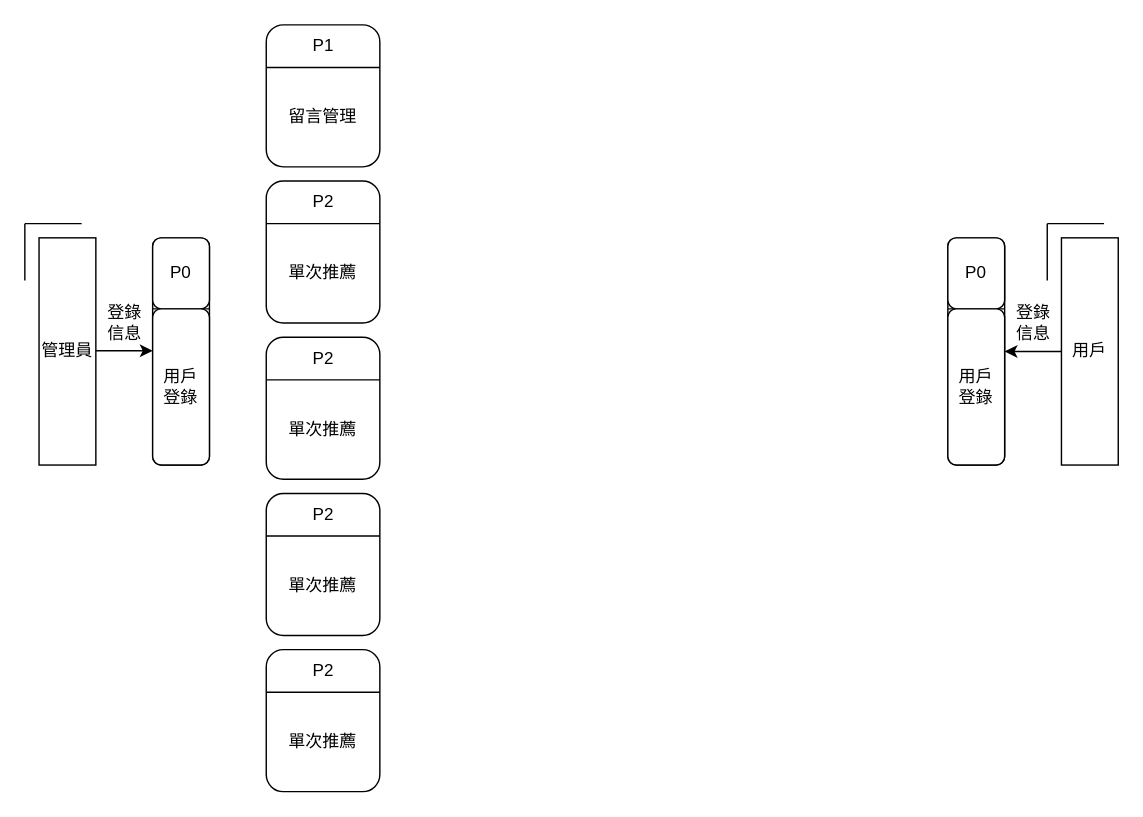
Roseller37/UML-diagram2 keeps this draw.io diagram as drawio/系統資料流程圖/圖3-3 底層資料流程圖.drawio. Above is the earlier version. Source tidied: cells renumbered, new cells numbered last; positions are measured from the earlier drawing's top-left corner, leaving out a move shared by most shapes. Both pictures are drawn from the tidied source at 142%, with x=0, y=0 at pixel (24, 24).
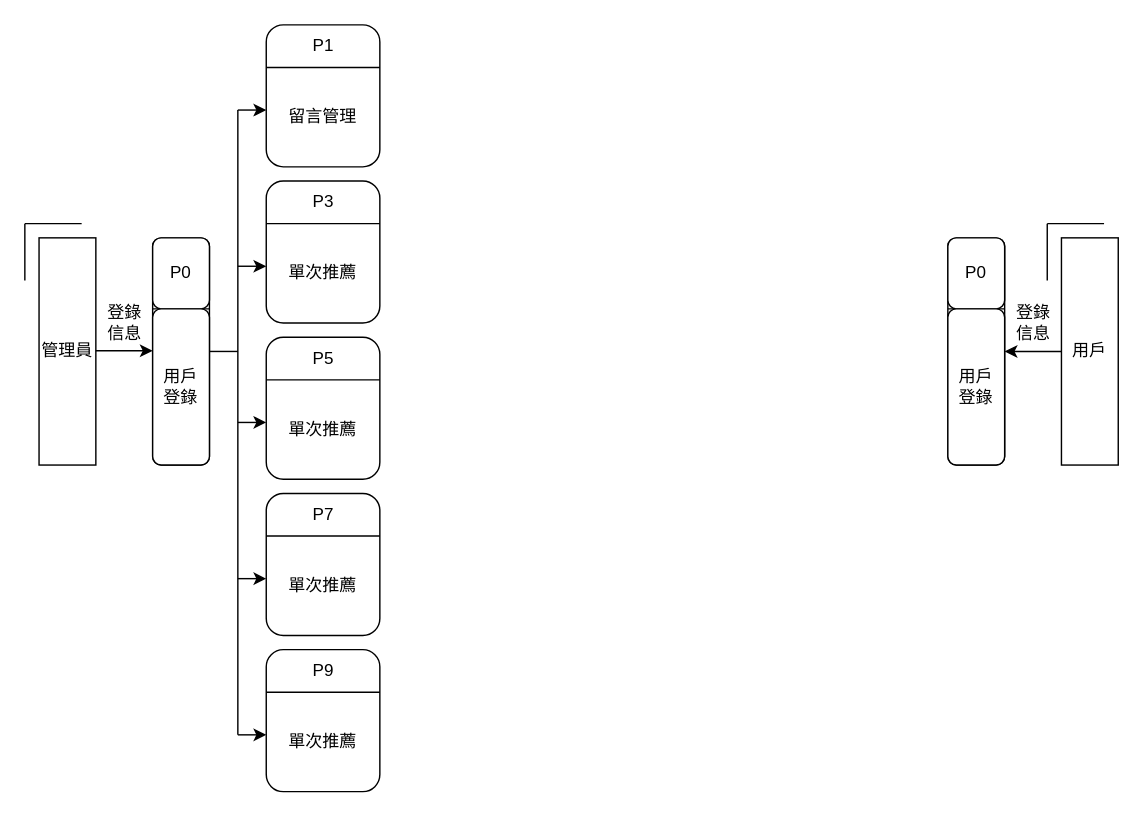
The same diagram, later.

Commit message (it also covers changes not shown here):
更新圖3-3 底層資料流程圖.drawio

The change refers to these unchanged cells:
```xml
<mxCell id="26" style="group;" parent="1" vertex="1">
  <mxGeometry x="170" y="110" width="80" height="100" as="geometry" />
</mxCell>
<mxCell id="30" style="group;" parent="1" vertex="1">
  <mxGeometry x="170" y="220" width="80" height="100" as="geometry" />
</mxCell>
<mxCell id="34" style="group;" parent="1" vertex="1">
  <mxGeometry x="170" y="330" width="80" height="100" as="geometry" />
</mxCell>
<mxCell id="38" style="group;" parent="1" vertex="1">
  <mxGeometry x="170" y="440" width="80" height="100" as="geometry" />
</mxCell>
```

Diff of the diagram source:
```diff
@@
-    <mxCell id="29" value="P2" style="text;html=1;align=center;verticalAlign=middle;strokeColor=none;fillColor=none;" parent="26" vertex="1">
+    <mxCell id="29" value="P3" style="text;html=1;align=center;verticalAlign=middle;strokeColor=none;fillColor=none;" parent="26" vertex="1">
       <mxGeometry x="20" width="40" height="30" as="geometry" />
     </mxCell>
@@
-    <mxCell id="33" value="P2" style="text;html=1;align=center;verticalAlign=middle;strokeColor=none;fillColor=none;" parent="30" vertex="1">
+    <mxCell id="33" value="P5" style="text;html=1;align=center;verticalAlign=middle;strokeColor=none;fillColor=none;" parent="30" vertex="1">
       <mxGeometry x="20" width="40" height="30" as="geometry" />
     </mxCell>
@@
-    <mxCell id="37" value="P2" style="text;html=1;align=center;verticalAlign=middle;strokeColor=none;fillColor=none;" parent="34" vertex="1">
+    <mxCell id="37" value="P7" style="text;html=1;align=center;verticalAlign=middle;strokeColor=none;fillColor=none;" parent="34" vertex="1">
       <mxGeometry x="20" width="40" height="30" as="geometry" />
     </mxCell>
@@
-    <mxCell id="41" value="P2" style="text;html=1;align=center;verticalAlign=middle;strokeColor=none;fillColor=none;" parent="38" vertex="1">
+    <mxCell id="41" value="P9" style="text;html=1;align=center;verticalAlign=middle;strokeColor=none;fillColor=none;" parent="38" vertex="1">
       <mxGeometry x="20" width="40" height="30" as="geometry" />
     </mxCell>
+    <mxCell id="42" style="endArrow=classic;html=1;rounded=0;" parent="1" edge="1">
+      <mxGeometry relative="1" as="geometry">
+        <mxPoint x="150" y="60" as="sourcePoint" />
+        <mxPoint x="170" y="60" as="targetPoint" />
+      </mxGeometry>
+    </mxCell>
+    <mxCell id="43" style="endArrow=classic;html=1;rounded=0;" parent="1" edge="1">
+      <mxGeometry relative="1" as="geometry">
+        <mxPoint x="150" y="170" as="sourcePoint" />
+        <mxPoint x="170" y="170" as="targetPoint" />
+      </mxGeometry>
+    </mxCell>
+    <mxCell id="44" style="endArrow=classic;html=1;rounded=0;" parent="1" edge="1">
+      <mxGeometry relative="1" as="geometry">
+        <mxPoint x="150" y="280" as="sourcePoint" />
+        <mxPoint x="170" y="280" as="targetPoint" />
+      </mxGeometry>
+    </mxCell>
+    <mxCell id="45" style="endArrow=classic;html=1;rounded=0;" parent="1" edge="1">
+      <mxGeometry relative="1" as="geometry">
+        <mxPoint x="150" y="390" as="sourcePoint" />
+        <mxPoint x="170" y="390" as="targetPoint" />
+      </mxGeometry>
+    </mxCell>
+    <mxCell id="46" style="endArrow=classic;html=1;rounded=0;" parent="1" edge="1">
+      <mxGeometry relative="1" as="geometry">
+        <mxPoint x="150" y="500" as="sourcePoint" />
+        <mxPoint x="170" y="500" as="targetPoint" />
+      </mxGeometry>
+    </mxCell>
+    <mxCell id="47" style="endArrow=none;html=1;rounded=0;" parent="1" edge="1">
+      <mxGeometry relative="1" as="geometry">
+        <mxPoint x="150" y="500" as="sourcePoint" />
+        <mxPoint x="150" y="60" as="targetPoint" />
+      </mxGeometry>
+    </mxCell>
+    <mxCell id="48" style="endArrow=none;html=1;rounded=0;" parent="1" edge="1">
+      <mxGeometry relative="1" as="geometry">
+        <mxPoint x="130" y="230" as="sourcePoint" />
+        <mxPoint x="150" y="230" as="targetPoint" />
+      </mxGeometry>
+    </mxCell>
```
